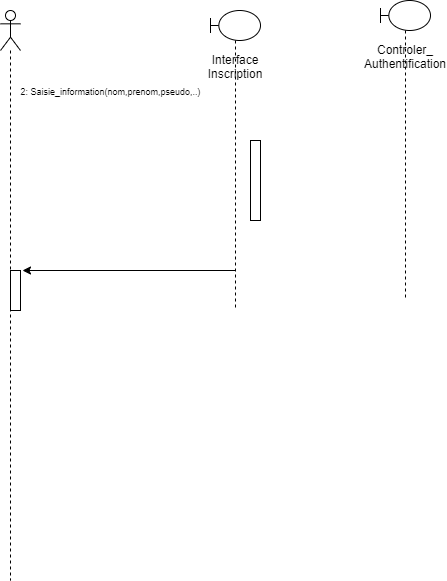
Earlier version of the draw.io export Authentification.png (SarraISMAIL/ScrapeIT). Source tidied: cells renumbered, new cells last; positions are measured from the earlier drawing's top-left corner, leaving out a move shared by most shapes.
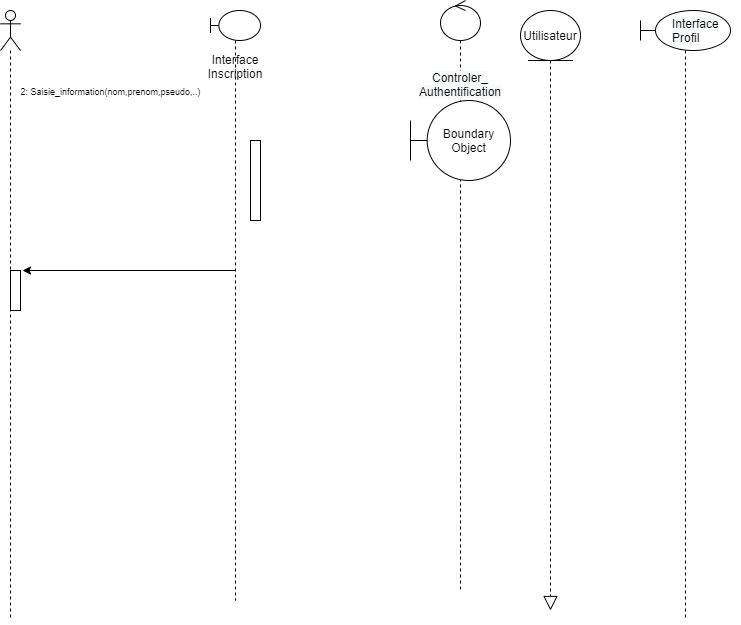
Above is the later version.

The edit, as a diff of the source:
```diff
@@ -3,7 +3,7 @@
     <mxCell id="0" />
     <mxCell id="1" parent="0" />
     <mxCell id="2" style="shape=umlLifeline;participant=umlActor;perimeter=lifelinePerimeter;whiteSpace=wrap;html=1;verticalAlign=top;spacingTop=36;" parent="1" vertex="1">
-      <mxGeometry y="10" width="20" height="570" as="geometry" />
+      <mxGeometry y="10" width="20" height="610" as="geometry" />
     </mxCell>
     <mxCell id="3" style="html=1;points=[];perimeter=orthogonalPerimeter;" parent="1" vertex="1">
       <mxGeometry x="10" y="270" width="10" height="40" as="geometry" />
@@ -18,10 +18,27 @@
       <mxGeometry x="10" y="80" width="200" height="20" as="geometry" />
     </mxCell>
     <mxCell id="7" value="Interface Inscription" style="shape=umlLifeline;participant=umlBoundary;perimeter=lifelinePerimeter;whiteSpace=wrap;html=1;verticalAlign=top;spacingTop=36;outlineConnect=0;size=30;" parent="1" vertex="1">
-      <mxGeometry x="210" y="10" width="50" height="300" as="geometry" />
+      <mxGeometry x="210" y="10" width="50" height="590" as="geometry" />
     </mxCell>
-    <mxCell id="8" value="Controler_&lt;br&gt;Authentification" style="shape=umlLifeline;participant=umlBoundary;perimeter=lifelinePerimeter;whiteSpace=wrap;html=1;verticalAlign=top;spacingTop=36;size=30;" parent="1" vertex="1">
-      <mxGeometry x="380" width="50" height="300" as="geometry" />
+    <mxCell id="8" value="&#10;&#10;&lt;span style=&quot;color: rgb(0, 0, 0); font-family: helvetica; font-size: 12px; font-style: normal; font-weight: 400; letter-spacing: normal; text-align: center; text-indent: 0px; text-transform: none; word-spacing: 0px; background-color: rgb(248, 249, 250); display: inline; float: none;&quot;&gt;Controler_&lt;/span&gt;&lt;br style=&quot;color: rgb(0, 0, 0); font-family: helvetica; font-size: 12px; font-style: normal; font-weight: 400; letter-spacing: normal; text-align: center; text-indent: 0px; text-transform: none; word-spacing: 0px; background-color: rgb(248, 249, 250);&quot;&gt;&lt;span style=&quot;color: rgb(0, 0, 0); font-family: helvetica; font-size: 12px; font-style: normal; font-weight: 400; letter-spacing: normal; text-align: center; text-indent: 0px; text-transform: none; word-spacing: 0px; background-color: rgb(248, 249, 250); display: inline; float: none;&quot;&gt;Authentification&lt;/span&gt;&#10;&#10;" style="shape=umlLifeline;participant=umlControl;perimeter=lifelinePerimeter;whiteSpace=wrap;html=1;verticalAlign=top;spacingTop=36;" parent="1" vertex="1">
+      <mxGeometry x="440" width="40" height="590" as="geometry" />
     </mxCell>
+    <mxCell id="9" value="Utilisateur" style="ellipse;shape=umlEntity;whiteSpace=wrap;html=1;" parent="1" vertex="1">
+      <mxGeometry x="520" y="10" width="60" height="50" as="geometry" />
+    </mxCell>
+    <mxCell id="10" style="endArrow=block;dashed=1;endFill=0;endSize=12;html=1;exitX=0.5;exitY=1;exitDx=0;exitDy=0;" parent="1" edge="1" source="9">
+      <mxGeometry relative="1" as="geometry">
+        <mxPoint x="550" y="610" as="targetPoint" />
+      </mxGeometry>
+    </mxCell>
+    <mxCell id="11" value="Boundary Object" style="shape=umlBoundary;whiteSpace=wrap;html=1;" parent="1" vertex="1">
+      <mxGeometry x="410" y="100" width="100" height="80" as="geometry" />
+    </mxCell>
+    <mxCell id="12" style="shape=umlLifeline;participant=umlBoundary;perimeter=lifelinePerimeter;whiteSpace=wrap;html=1;verticalAlign=top;spacingTop=36;" parent="1" vertex="1">
+      <mxGeometry x="640" y="10" width="90" height="610" as="geometry" />
+    </mxCell>
+    <mxCell id="13" value="&lt;span style=&quot;color: rgb(0, 0, 0); font-size: 12px; font-style: normal; font-weight: 400; letter-spacing: normal; text-align: center; text-indent: 0px; text-transform: none; word-spacing: 0px; font-family: helvetica; background-color: rgb(248, 249, 250); display: inline; float: none;&quot;&gt;Interface Profil&lt;/span&gt;&lt;br style=&quot;color: rgb(0, 0, 0); font-size: 12px; font-style: normal; font-weight: 400; letter-spacing: normal; text-align: center; text-indent: 0px; text-transform: none; word-spacing: 0px; font-family: helvetica; background-color: rgb(248, 249, 250);&quot;&gt;&lt;br style=&quot;color: rgb(0, 0, 0); font-size: 12px; font-style: normal; font-weight: 400; letter-spacing: normal; text-align: center; text-indent: 0px; text-transform: none; word-spacing: 0px; font-family: helvetica; background-color: rgb(248, 249, 250);&quot;&gt;" style="text;whiteSpace=wrap;html=1;" parent="12" vertex="1">
+      <mxGeometry x="30" width="70" height="50" as="geometry" />
+    </mxCell>
   </root>
 </mxGraphModel>
```
